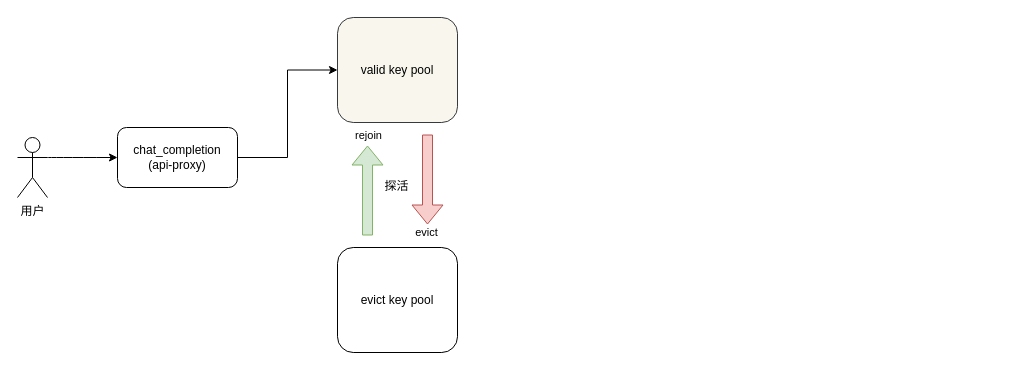
This is llm_api_proxy.drawio from learn2Pro/draw_io_save, a draw.io file, before an edit. Source tidied: cells renumbered, new cells numbered last; positions are measured from the earlier drawing's top-left corner, leaving out a move shared by most shapes. Both pictures are drawn from the tidied source at 100%, with x=0, y=0 at pixel (17, 17). Pictures stored in the file or linked from it are replaced by grey dashed boxes.
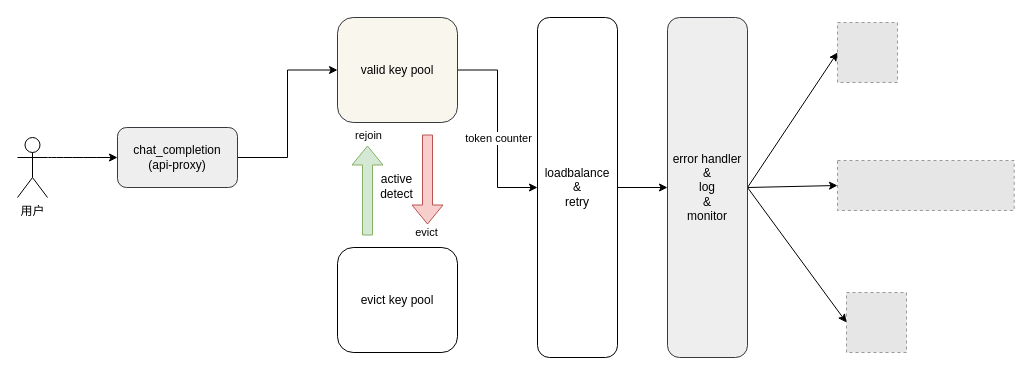
Above is the later version.

Unchanged cells that the change refers to:
```xml
<mxCell id="6" value="valid key pool" style="rounded=1;whiteSpace=wrap;html=1;fillColor=#f9f7ed;strokeColor=#36393d;" parent="1" vertex="1">
  <mxGeometry x="320" width="120" height="105" as="geometry" />
</mxCell>
<mxCell id="8" style="group;" parent="1" vertex="1">
  <mxGeometry x="350" y="117" width="60" height="101" as="geometry" />
</mxCell>
```

The edit, as a diff of the source:
```diff
@@
-    <mxCell id="4" value="chat_completion&lt;br&gt;(api-proxy)" style="rounded=1;whiteSpace=wrap;html=1;" parent="1" vertex="1">
+    <mxCell id="4" value="chat_completion&lt;br&gt;(api-proxy)" style="rounded=1;whiteSpace=wrap;html=1;fillColor=#eeeeee;strokeColor=#36393d;" parent="1" vertex="1">
       <mxGeometry x="100" y="110" width="120" height="60" as="geometry" />
     </mxCell>
@@
+    <mxCell id="14" style="edgeStyle=orthogonalEdgeStyle;rounded=0;jettySize=auto;html=1;" parent="1" edge="1" source="6" target="17">
+      <mxGeometry relative="1" as="geometry" />
+    </mxCell>
+    <mxCell id="15" value="token counter" style="edgeLabel;html=1;align=center;verticalAlign=middle;" parent="14" vertex="1">
+      <mxGeometry x="-0.03" relative="1" as="geometry">
+        <mxPoint y="12" as="offset" />
+      </mxGeometry>
+    </mxCell>
@@
-    <mxCell id="13" value="探活" style="text;html=1;align=center;verticalAlign=middle;strokeColor=none;fillColor=none;" parent="8" vertex="1">
-      <mxGeometry x="4" y="37" width="50" height="30" as="geometry" />
+    <mxCell id="13" value="active&lt;br&gt;detect" style="text;html=1;align=center;verticalAlign=middle;strokeColor=none;fillColor=none;" parent="8" vertex="1">
+      <mxGeometry x="-1" y="32" width="60" height="40" as="geometry" />
     </mxCell>
+    <mxCell id="16" style="edgeStyle=orthogonalEdgeStyle;rounded=0;jettySize=auto;html=1;" parent="1" edge="1" source="17" target="24">
+      <mxGeometry relative="1" as="geometry" />
+    </mxCell>
+    <mxCell id="17" value="loadbalance&lt;br&gt;&amp;amp;&lt;br&gt;retry" style="rounded=1;whiteSpace=wrap;html=1;" parent="1" vertex="1">
+      <mxGeometry x="520" width="80" height="340" as="geometry" />
+    </mxCell>
+    <mxCell id="18" style="fillColor=#E6E6E6;strokeColor=#999999;dashed=1;verticalLabelPosition=bottom;labelBackgroundColor=default;verticalAlign=top;" parent="1" vertex="1">
+      <mxGeometry x="820" y="5" width="60" height="60" as="geometry" />
+    </mxCell>
+    <mxCell id="19" style="fillColor=#E6E6E6;strokeColor=#999999;dashed=1;verticalLabelPosition=bottom;labelBackgroundColor=default;verticalAlign=top;" parent="1" vertex="1">
+      <mxGeometry x="820" y="143" width="176.7" height="50" as="geometry" />
+    </mxCell>
+    <mxCell id="20" style="fillColor=#E6E6E6;strokeColor=#999999;dashed=1;verticalLabelPosition=bottom;labelBackgroundColor=default;verticalAlign=top;" parent="1" vertex="1">
+      <mxGeometry x="829" y="275" width="60" height="60" as="geometry" />
+    </mxCell>
+    <mxCell id="21" style="endArrow=classic;html=1;rounded=0;exitX=1;exitY=0.5;exitDx=0;exitDy=0;entryX=0;entryY=0.5;entryDx=0;entryDy=0;" parent="1" edge="1" source="24" target="18">
+      <mxGeometry relative="1" as="geometry" />
+    </mxCell>
+    <mxCell id="22" style="endArrow=classic;html=1;rounded=0;exitX=1;exitY=0.5;exitDx=0;exitDy=0;entryX=0;entryY=0.5;entryDx=0;entryDy=0;" parent="1" edge="1" source="24" target="20">
+      <mxGeometry relative="1" as="geometry" />
+    </mxCell>
+    <mxCell id="23" style="endArrow=classic;html=1;rounded=0;exitX=1;exitY=0.5;exitDx=0;exitDy=0;entryX=0;entryY=0.5;entryDx=0;entryDy=0;" parent="1" edge="1" source="24" target="19">
+      <mxGeometry relative="1" as="geometry" />
+    </mxCell>
+    <mxCell id="24" value="error handler&lt;br&gt;&amp;amp;&lt;br&gt;log&lt;br&gt;&amp;amp;&lt;br&gt;monitor" style="rounded=1;whiteSpace=wrap;html=1;fillColor=#eeeeee;strokeColor=#36393d;" parent="1" vertex="1">
+      <mxGeometry x="650" width="80" height="340" as="geometry" />
+    </mxCell>
```
